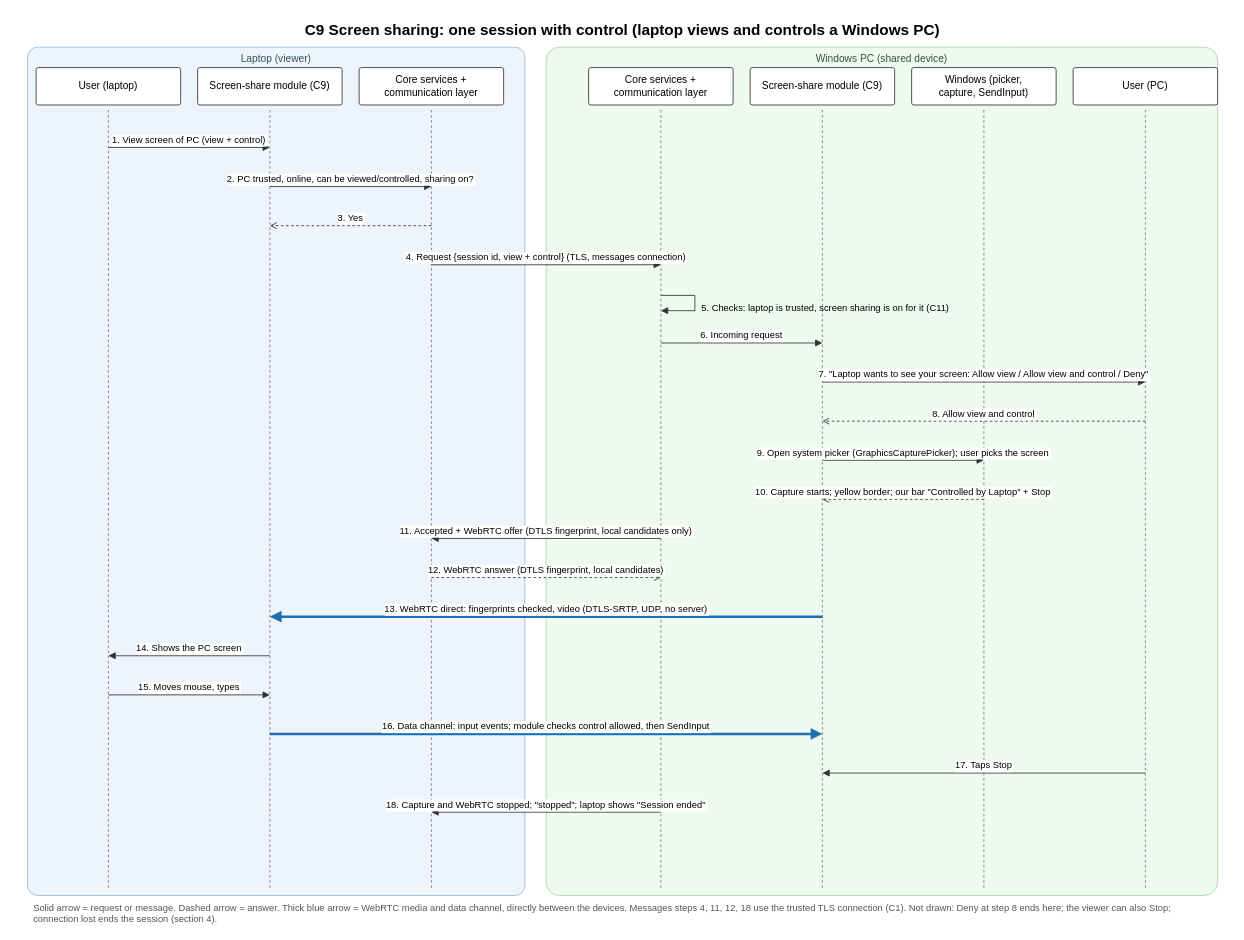
Before: diagrams/C9-screen-sharing-sequence.drawio in mshraky3/graduation-project-phase-one, a draw.io diagram. Source tidied: cells renumbered, new cells numbered last; positions are measured from the earlier drawing's top-left corner, leaving out a move shared by most shapes. Both pictures are drawn from the tidied source at 85%, with x=0, y=0 at pixel (14, 14).
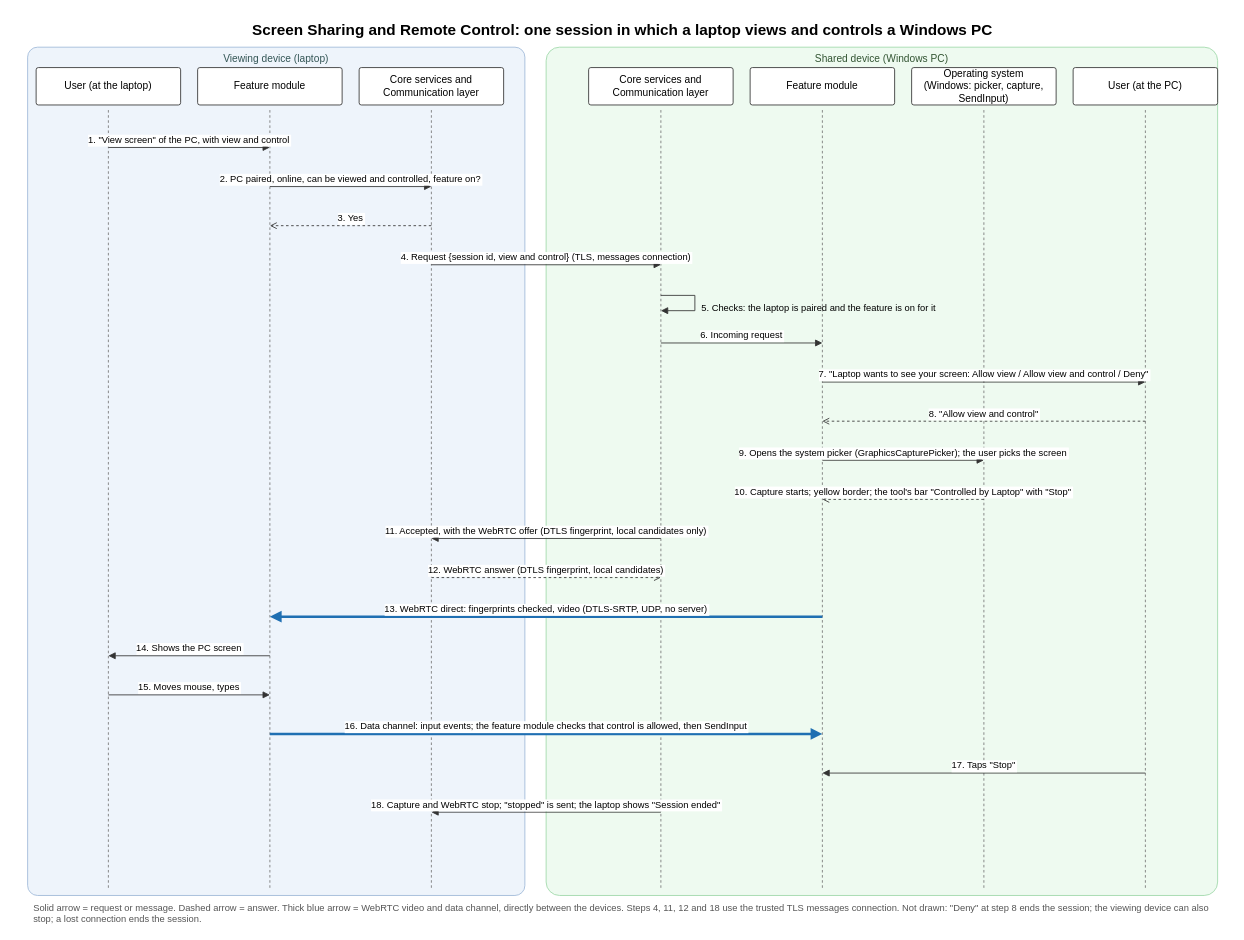
After the change.

Commit message (it also covers changes not shown here):
C9: rewrite for the user in formal plain English, remove the old draft notes, diagram names from the naming list

Diff of the diagram source:
```diff
@@
-    <mxCell id="2" value="C9 Screen sharing: one session with control (laptop views and controls a Windows PC)" style="text;html=0;align=center;fontSize=18;fontStyle=1;" parent="1" vertex="1">
+    <mxCell id="2" value="Screen Sharing and Remote Control: one session in which a laptop views and controls a Windows PC" style="text;html=0;align=center;fontSize=18;fontStyle=1;" parent="1" vertex="1">
       <mxGeometry width="1430" height="30" as="geometry" />
     </mxCell>
-    <mxCell id="3" value="Laptop (viewer)" style="rounded=1;arcSize=2;fillColor=#eef4fb;strokeColor=#9fb9d8;verticalAlign=top;fontSize=12;fontColor=#335555;" parent="1" vertex="1">
+    <mxCell id="3" value="Viewing device (laptop)" style="rounded=1;arcSize=2;fillColor=#eef4fb;strokeColor=#9fb9d8;verticalAlign=top;fontSize=12;fontColor=#335555;" parent="1" vertex="1">
       <mxGeometry x="15" y="38" width="585" height="998" as="geometry" />
     </mxCell>
-    <mxCell id="4" value="Windows PC (shared device)" style="rounded=1;arcSize=2;fillColor=#eefaf0;strokeColor=#9fd8a9;verticalAlign=top;fontSize=12;fontColor=#335533;" parent="1" vertex="1">
+    <mxCell id="4" value="Shared device (Windows PC)" style="rounded=1;arcSize=2;fillColor=#eefaf0;strokeColor=#9fd8a9;verticalAlign=top;fontSize=12;fontColor=#335533;" parent="1" vertex="1">
       <mxGeometry x="625" y="38" width="790" height="998" as="geometry" />
     </mxCell>
-    <mxCell id="5" value="User (laptop)" style="rounded=1;arcSize=6;whiteSpace=wrap;html=0;fillColor=#ffffff;strokeColor=#333333;fontSize=12;" parent="1" vertex="1">
+    <mxCell id="5" value="User (at the laptop)" style="rounded=1;arcSize=6;whiteSpace=wrap;html=0;fillColor=#ffffff;strokeColor=#333333;fontSize=12;" parent="1" vertex="1">
       <mxGeometry x="25" y="62" width="170" height="44" as="geometry" />
     </mxCell>
@@
-    <mxCell id="7" value="Screen-share module (C9)" style="rounded=1;arcSize=6;whiteSpace=wrap;html=0;fillColor=#ffffff;strokeColor=#333333;fontSize=12;" parent="1" vertex="1">
+    <mxCell id="7" value="Feature module" style="rounded=1;arcSize=6;whiteSpace=wrap;html=0;fillColor=#ffffff;strokeColor=#333333;fontSize=12;" parent="1" vertex="1">
       <mxGeometry x="215" y="62" width="170" height="44" as="geometry" />
     </mxCell>
@@
-    <mxCell id="9" value="Core services +&#10;communication layer" style="rounded=1;arcSize=6;whiteSpace=wrap;html=0;fillColor=#ffffff;strokeColor=#333333;fontSize=12;" parent="1" vertex="1">
+    <mxCell id="9" value="Core services and&#10;Communication layer" style="rounded=1;arcSize=6;whiteSpace=wrap;html=0;fillColor=#ffffff;strokeColor=#333333;fontSize=12;" parent="1" vertex="1">
       <mxGeometry x="405" y="62" width="170" height="44" as="geometry" />
     </mxCell>
@@
-    <mxCell id="11" value="Core services +&#10;communication layer" style="rounded=1;arcSize=6;whiteSpace=wrap;html=0;fillColor=#ffffff;strokeColor=#333333;fontSize=12;" parent="1" vertex="1">
+    <mxCell id="11" value="Core services and&#10;Communication layer" style="rounded=1;arcSize=6;whiteSpace=wrap;html=0;fillColor=#ffffff;strokeColor=#333333;fontSize=12;" parent="1" vertex="1">
       <mxGeometry x="675" y="62" width="170" height="44" as="geometry" />
     </mxCell>
@@
-    <mxCell id="13" value="Screen-share module (C9)" style="rounded=1;arcSize=6;whiteSpace=wrap;html=0;fillColor=#ffffff;strokeColor=#333333;fontSize=12;" parent="1" vertex="1">
+    <mxCell id="13" value="Feature module" style="rounded=1;arcSize=6;whiteSpace=wrap;html=0;fillColor=#ffffff;strokeColor=#333333;fontSize=12;" parent="1" vertex="1">
       <mxGeometry x="865" y="62" width="170" height="44" as="geometry" />
     </mxCell>
@@
-    <mxCell id="15" value="Windows (picker,&#10;capture, SendInput)" style="rounded=1;arcSize=6;whiteSpace=wrap;html=0;fillColor=#ffffff;strokeColor=#333333;fontSize=12;" parent="1" vertex="1">
+    <mxCell id="15" value="Operating system&#10;(Windows: picker, capture, SendInput)" style="rounded=1;arcSize=6;whiteSpace=wrap;html=0;fillColor=#ffffff;strokeColor=#333333;fontSize=12;" parent="1" vertex="1">
       <mxGeometry x="1055" y="62" width="170" height="44" as="geometry" />
     </mxCell>
@@
-    <mxCell id="17" value="User (PC)" style="rounded=1;arcSize=6;whiteSpace=wrap;html=0;fillColor=#ffffff;strokeColor=#333333;fontSize=12;" parent="1" vertex="1">
+    <mxCell id="17" value="User (at the PC)" style="rounded=1;arcSize=6;whiteSpace=wrap;html=0;fillColor=#ffffff;strokeColor=#333333;fontSize=12;" parent="1" vertex="1">
       <mxGeometry x="1245" y="62" width="170" height="44" as="geometry" />
     </mxCell>
@@
-    <mxCell id="19" value="1. View screen of PC (view + control)" style="endArrow=block;endFill=1;strokeColor=#333333;fontSize=11;labelBackgroundColor=#ffffff;html=0;verticalAlign=bottom;" parent="1" edge="1">
+    <mxCell id="19" value="1. &quot;View screen&quot; of the PC, with view and control" style="endArrow=block;endFill=1;strokeColor=#333333;fontSize=11;labelBackgroundColor=#ffffff;html=0;verticalAlign=bottom;" parent="1" edge="1">
       <mxGeometry relative="1" as="geometry">
         <mxPoint x="110" y="156" as="sourcePoint" />
         <mxPoint x="300" y="156" as="targetPoint" />
       </mxGeometry>
     </mxCell>
-    <mxCell id="20" value="2. PC trusted, online, can be viewed/controlled, sharing on?" style="endArrow=block;endFill=1;strokeColor=#333333;fontSize=11;labelBackgroundColor=#ffffff;html=0;verticalAlign=bottom;" parent="1" edge="1">
+    <mxCell id="20" value="2. PC paired, online, can be viewed and controlled, feature on?" style="endArrow=block;endFill=1;strokeColor=#333333;fontSize=11;labelBackgroundColor=#ffffff;html=0;verticalAlign=bottom;" parent="1" edge="1">
       <mxGeometry relative="1" as="geometry">
         <mxPoint x="300" y="202" as="sourcePoint" />
         <mxPoint x="490" y="202" as="targetPoint" />
       </mxGeometry>
     </mxCell>
@@
-    <mxCell id="22" value="4. Request {session id, view + control} (TLS, messages connection)" style="endArrow=block;endFill=1;strokeColor=#333333;fontSize=11;labelBackgroundColor=#ffffff;html=0;verticalAlign=bottom;" parent="1" edge="1">
+    <mxCell id="22" value="4. Request {session id, view and control} (TLS, messages connection)" style="endArrow=block;endFill=1;strokeColor=#333333;fontSize=11;labelBackgroundColor=#ffffff;html=0;verticalAlign=bottom;" parent="1" edge="1">
       <mxGeometry relative="1" as="geometry">
         <mxPoint x="490" y="294" as="sourcePoint" />
         <mxPoint x="760" y="294" as="targetPoint" />
       </mxGeometry>
     </mxCell>
@@
-    <mxCell id="24" value="5. Checks: laptop is trusted, screen sharing is on for it (C11)" style="text;align=left;fontSize=11;" parent="1" vertex="1">
+    <mxCell id="24" value="5. Checks: the laptop is paired and the feature is on for it" style="text;align=left;fontSize=11;" parent="1" vertex="1">
       <mxGeometry x="806" y="332" width="560" height="16" as="geometry" />
     </mxCell>
@@
-    <mxCell id="27" value="8. Allow view and control" style="endArrow=open;dashed=1;strokeColor=#333333;fontSize=11;labelBackgroundColor=#ffffff;html=0;verticalAlign=bottom;" parent="1" edge="1">
+    <mxCell id="27" value="8. &quot;Allow view and control&quot;" style="endArrow=open;dashed=1;strokeColor=#333333;fontSize=11;labelBackgroundColor=#ffffff;html=0;verticalAlign=bottom;" parent="1" edge="1">
       <mxGeometry relative="1" as="geometry">
         <mxPoint x="1330" y="478" as="sourcePoint" />
         <mxPoint x="950" y="478" as="targetPoint" />
       </mxGeometry>
     </mxCell>
-    <mxCell id="28" value="9. Open system picker (GraphicsCapturePicker); user picks the screen" style="endArrow=block;endFill=1;strokeColor=#333333;fontSize=11;labelBackgroundColor=#ffffff;html=0;verticalAlign=bottom;" parent="1" edge="1">
+    <mxCell id="28" value="9. Opens the system picker (GraphicsCapturePicker); the user picks the screen" style="endArrow=block;endFill=1;strokeColor=#333333;fontSize=11;labelBackgroundColor=#ffffff;html=0;verticalAlign=bottom;" parent="1" edge="1">
       <mxGeometry relative="1" as="geometry">
         <mxPoint x="950" y="524" as="sourcePoint" />
         <mxPoint x="1140" y="524" as="targetPoint" />
       </mxGeometry>
     </mxCell>
-    <mxCell id="29" value="10. Capture starts; yellow border; our bar &quot;Controlled by Laptop&quot; + Stop" style="endArrow=open;dashed=1;strokeColor=#333333;fontSize=11;labelBackgroundColor=#ffffff;html=0;verticalAlign=bottom;" parent="1" edge="1">
+    <mxCell id="29" value="10. Capture starts; yellow border; the tool's bar &quot;Controlled by Laptop&quot; with &quot;Stop&quot;" style="endArrow=open;dashed=1;strokeColor=#333333;fontSize=11;labelBackgroundColor=#ffffff;html=0;verticalAlign=bottom;" parent="1" edge="1">
       <mxGeometry relative="1" as="geometry">
         <mxPoint x="1140" y="570" as="sourcePoint" />
         <mxPoint x="950" y="570" as="targetPoint" />
       </mxGeometry>
     </mxCell>
-    <mxCell id="30" value="11. Accepted + WebRTC offer (DTLS fingerprint, local candidates only)" style="endArrow=block;endFill=1;strokeColor=#333333;fontSize=11;labelBackgroundColor=#ffffff;html=0;verticalAlign=bottom;" parent="1" edge="1">
+    <mxCell id="30" value="11. Accepted, with the WebRTC offer (DTLS fingerprint, local candidates only)" style="endArrow=block;endFill=1;strokeColor=#333333;fontSize=11;labelBackgroundColor=#ffffff;html=0;verticalAlign=bottom;" parent="1" edge="1">
       <mxGeometry relative="1" as="geometry">
         <mxPoint x="760" y="616" as="sourcePoint" />
         <mxPoint x="490" y="616" as="targetPoint" />
       </mxGeometry>
     </mxCell>
@@
-    <mxCell id="35" value="16. Data channel: input events; module checks control allowed, then SendInput" style="endArrow=block;endFill=1;strokeColor=#1f6fb2;strokeWidth=3;fontSize=11;labelBackgroundColor=#ffffff;html=0;verticalAlign=bottom;" parent="1" edge="1">
+    <mxCell id="35" value="16. Data channel: input events; the feature module checks that control is allowed, then SendInput" style="endArrow=block;endFill=1;strokeColor=#1f6fb2;strokeWidth=3;fontSize=11;labelBackgroundColor=#ffffff;html=0;verticalAlign=bottom;" parent="1" edge="1">
       <mxGeometry relative="1" as="geometry">
         <mxPoint x="300" y="846" as="sourcePoint" />
         <mxPoint x="950" y="846" as="targetPoint" />
       </mxGeometry>
     </mxCell>
-    <mxCell id="36" value="17. Taps Stop" style="endArrow=block;endFill=1;strokeColor=#333333;fontSize=11;labelBackgroundColor=#ffffff;html=0;verticalAlign=bottom;" parent="1" edge="1">
+    <mxCell id="36" value="17. Taps &quot;Stop&quot;" style="endArrow=block;endFill=1;strokeColor=#333333;fontSize=11;labelBackgroundColor=#ffffff;html=0;verticalAlign=bottom;" parent="1" edge="1">
       <mxGeometry relative="1" as="geometry">
         <mxPoint x="1330" y="892" as="sourcePoint" />
         <mxPoint x="950" y="892" as="targetPoint" />
       </mxGeometry>
     </mxCell>
-    <mxCell id="37" value="18. Capture and WebRTC stopped; &quot;stopped&quot;; laptop shows &quot;Session ended&quot;" style="endArrow=block;endFill=1;strokeColor=#333333;fontSize=11;labelBackgroundColor=#ffffff;html=0;verticalAlign=bottom;" parent="1" edge="1">
+    <mxCell id="37" value="18. Capture and WebRTC stop; &quot;stopped&quot; is sent; the laptop shows &quot;Session ended&quot;" style="endArrow=block;endFill=1;strokeColor=#333333;fontSize=11;labelBackgroundColor=#ffffff;html=0;verticalAlign=bottom;" parent="1" edge="1">
       <mxGeometry relative="1" as="geometry">
         <mxPoint x="760" y="938" as="sourcePoint" />
         <mxPoint x="490" y="938" as="targetPoint" />
       </mxGeometry>
     </mxCell>
-    <mxCell id="38" value="Solid arrow = request or message. Dashed arrow = answer. Thick blue arrow = WebRTC media and data channel, directly between the devices. Messages steps 4, 11, 12, 18 use the trusted TLS connection (C1). Not drawn: Deny at step 8 ends here; the viewer can also Stop; connection lost ends the session (section 4)." style="text;align=left;whiteSpace=wrap;fontSize=11;fontColor=#555555;" parent="1" vertex="1">
+    <mxCell id="38" value="Solid arrow = request or message. Dashed arrow = answer. Thick blue arrow = WebRTC video and data channel, directly between the devices. Steps 4, 11, 12 and 18 use the trusted TLS messages connection. Not drawn: &quot;Deny&quot; at step 8 ends the session; the viewing device can also stop; a lost connection ends the session." style="text;align=left;whiteSpace=wrap;fontSize=11;fontColor=#555555;" parent="1" vertex="1">
       <mxGeometry x="20" y="1038" width="1390" height="34" as="geometry" />
     </mxCell>
```
